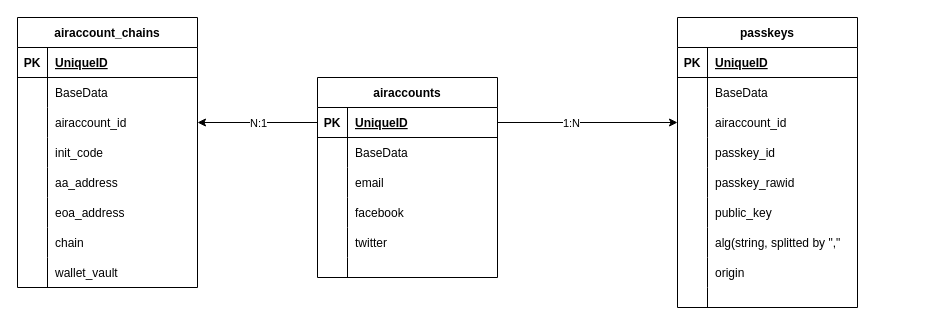
Before: docs/passkey-er.drawio in AAStarCommunity/AnotherAirAccountCommunityNode, a draw.io diagram. Source tidied: cells renumbered, new cells numbered last; positions are measured from the earlier drawing's top-left corner, leaving out a move shared by most shapes. Both pictures are drawn from the tidied source at 100%, with x=0, y=0 at pixel (17, 17).
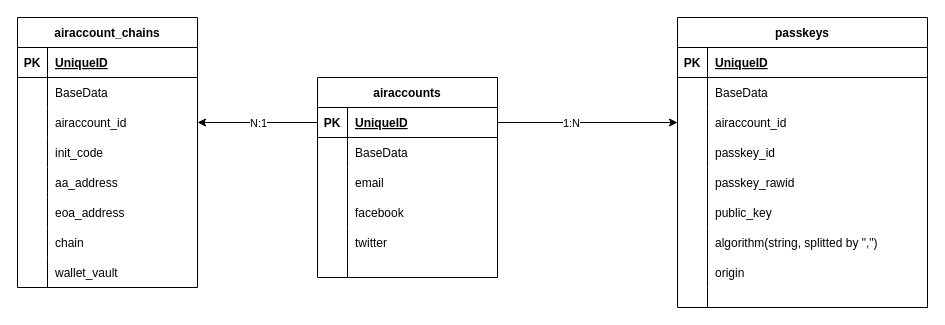
The same diagram, later.

What changed in the source:
```diff
@@
     <mxCell id="48" value="passkeys" style="shape=table;startSize=30;childLayout=tableLayout;rowLines=0;fontStyle=1;align=center;" parent="1" vertex="1">
-      <mxGeometry x="660" width="180" height="290" as="geometry" />
+      <mxGeometry x="660" width="250" height="290" as="geometry" />
     </mxCell>
     <mxCell id="49" style="shape=tableRow;horizontal=0;startSize=0;swimlaneHead=0;swimlaneBody=0;fillColor=none;top=0;left=0;right=0;bottom=1;" parent="48" vertex="1">
-      <mxGeometry y="30" width="180" height="30" as="geometry" />
+      <mxGeometry y="30" width="250" height="30" as="geometry" />
     </mxCell>
@@
     <mxCell id="51" value="UniqueID" style="shape=partialRectangle;fillColor=none;top=0;left=0;bottom=0;right=0;align=left;spacingLeft=6;fontStyle=5;overflow=hidden;" parent="49" vertex="1">
-      <mxGeometry x="30" width="150" height="30" as="geometry" />
+      <mxGeometry x="30" width="220" height="30" as="geometry" />
     </mxCell>
     <mxCell id="52" style="shape=tableRow;horizontal=0;startSize=0;swimlaneHead=0;swimlaneBody=0;fillColor=none;top=0;left=0;right=0;bottom=0;" parent="48" vertex="1">
-      <mxGeometry y="60" width="180" height="30" as="geometry" />
+      <mxGeometry y="60" width="250" height="30" as="geometry" />
     </mxCell>
@@
     <mxCell id="54" value="BaseData" style="shape=partialRectangle;fillColor=none;top=0;left=0;bottom=0;right=0;align=left;spacingLeft=6;overflow=hidden;" parent="52" vertex="1">
-      <mxGeometry x="30" width="150" height="30" as="geometry" />
+      <mxGeometry x="30" width="220" height="30" as="geometry" />
     </mxCell>
     <mxCell id="55" style="shape=tableRow;horizontal=0;startSize=0;swimlaneHead=0;swimlaneBody=0;fillColor=none;points=[[0,0.5],[1,0.5]];portConstraint=eastwest;top=0;left=0;right=0;bottom=0;" parent="48" vertex="1">
-      <mxGeometry y="90" width="180" height="30" as="geometry" />
+      <mxGeometry y="90" width="250" height="30" as="geometry" />
     </mxCell>
@@
     <mxCell id="57" value="airaccount_id" style="shape=partialRectangle;fillColor=none;top=0;left=0;bottom=0;right=0;align=left;spacingLeft=6;overflow=hidden;" parent="55" vertex="1">
-      <mxGeometry x="30" width="150" height="30" as="geometry" />
+      <mxGeometry x="30" width="220" height="30" as="geometry" />
     </mxCell>
     <mxCell id="58" style="shape=tableRow;horizontal=0;startSize=0;swimlaneHead=0;swimlaneBody=0;fillColor=none;top=0;left=0;right=0;bottom=0;" parent="48" vertex="1">
-      <mxGeometry y="120" width="180" height="30" as="geometry" />
+      <mxGeometry y="120" width="250" height="30" as="geometry" />
     </mxCell>
@@
     <mxCell id="60" value="passkey_id" style="shape=partialRectangle;fillColor=none;top=0;left=0;bottom=0;right=0;align=left;spacingLeft=6;overflow=hidden;" parent="58" vertex="1">
-      <mxGeometry x="30" width="150" height="30" as="geometry" />
+      <mxGeometry x="30" width="220" height="30" as="geometry" />
     </mxCell>
     <mxCell id="61" style="shape=tableRow;horizontal=0;startSize=0;swimlaneHead=0;swimlaneBody=0;fillColor=none;top=0;left=0;right=0;bottom=0;" parent="48" vertex="1">
-      <mxGeometry y="150" width="180" height="30" as="geometry" />
+      <mxGeometry y="150" width="250" height="30" as="geometry" />
     </mxCell>
@@
     <mxCell id="63" value="passkey_rawid" style="shape=partialRectangle;fillColor=none;top=0;left=0;bottom=0;right=0;align=left;spacingLeft=6;overflow=hidden;" parent="61" vertex="1">
-      <mxGeometry x="30" width="150" height="30" as="geometry" />
+      <mxGeometry x="30" width="220" height="30" as="geometry" />
     </mxCell>
     <mxCell id="64" style="shape=tableRow;horizontal=0;startSize=0;swimlaneHead=0;swimlaneBody=0;fillColor=none;top=0;left=0;right=0;bottom=0;" parent="48" vertex="1">
-      <mxGeometry y="180" width="180" height="30" as="geometry" />
+      <mxGeometry y="180" width="250" height="30" as="geometry" />
     </mxCell>
@@
     <mxCell id="66" value="public_key" style="shape=partialRectangle;fillColor=none;top=0;left=0;bottom=0;right=0;align=left;spacingLeft=6;overflow=hidden;" parent="64" vertex="1">
-      <mxGeometry x="30" width="150" height="30" as="geometry" />
+      <mxGeometry x="30" width="220" height="30" as="geometry" />
     </mxCell>
     <mxCell id="67" style="shape=tableRow;horizontal=0;startSize=0;swimlaneHead=0;swimlaneBody=0;fillColor=none;top=0;left=0;right=0;bottom=0;" parent="48" vertex="1">
-      <mxGeometry y="210" width="180" height="30" as="geometry" />
+      <mxGeometry y="210" width="250" height="30" as="geometry" />
     </mxCell>
@@
-    <mxCell id="69" value="alg(string, splitted by &quot;,&quot;" style="shape=partialRectangle;fillColor=none;top=0;left=0;bottom=0;right=0;align=left;spacingLeft=6;overflow=hidden;" parent="67" vertex="1">
-      <mxGeometry x="30" width="150" height="30" as="geometry" />
+    <mxCell id="69" value="algorithm(string, splitted by &quot;,&quot;)" style="shape=partialRectangle;fillColor=none;top=0;left=0;bottom=0;right=0;align=left;spacingLeft=6;overflow=hidden;" parent="67" vertex="1">
+      <mxGeometry x="30" width="220" height="30" as="geometry" />
     </mxCell>
     <mxCell id="70" style="shape=tableRow;horizontal=0;startSize=0;swimlaneHead=0;swimlaneBody=0;fillColor=none;top=0;left=0;right=0;bottom=0;" parent="48" vertex="1">
-      <mxGeometry y="240" width="180" height="30" as="geometry" />
+      <mxGeometry y="240" width="250" height="30" as="geometry" />
     </mxCell>
@@
     <mxCell id="72" value="origin" style="shape=partialRectangle;fillColor=none;top=0;left=0;bottom=0;right=0;align=left;spacingLeft=6;overflow=hidden;" parent="70" vertex="1">
-      <mxGeometry x="30" width="150" height="30" as="geometry" />
+      <mxGeometry x="30" width="220" height="30" as="geometry" />
     </mxCell>
     <mxCell id="73" style="shape=tableRow;horizontal=0;startSize=0;swimlaneHead=0;swimlaneBody=0;fillColor=none;top=0;left=0;right=0;bottom=0;" parent="48" vertex="1">
-      <mxGeometry y="270" width="180" height="20" as="geometry" />
+      <mxGeometry y="270" width="250" height="20" as="geometry" />
     </mxCell>
@@
     <mxCell id="75" style="shape=partialRectangle;fillColor=none;top=0;left=0;bottom=0;right=0;align=left;spacingLeft=6;overflow=hidden;" parent="73" vertex="1">
-      <mxGeometry x="30" width="150" height="20" as="geometry" />
+      <mxGeometry x="30" width="220" height="20" as="geometry" />
     </mxCell>
```
